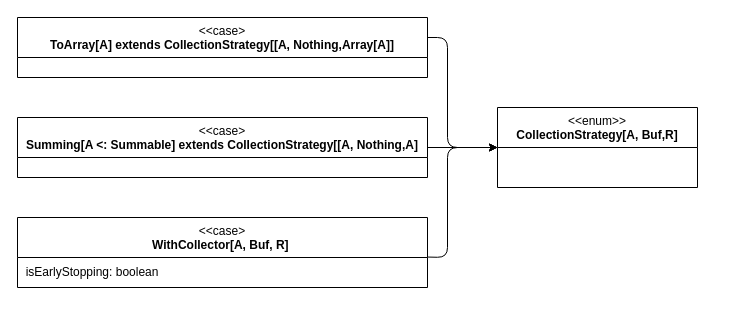
Earlier version of the draw.io diagram relazione/drawio/collectionStrategy.drawio (leorm2002/stream-fusion). Source tidied: cells renumbered, new cells numbered last; positions are measured from the earlier drawing's top-left corner, leaving out a move shared by most shapes. Both pictures are drawn from the tidied source at 100%, with x=0, y=0 at pixel (17, 17).
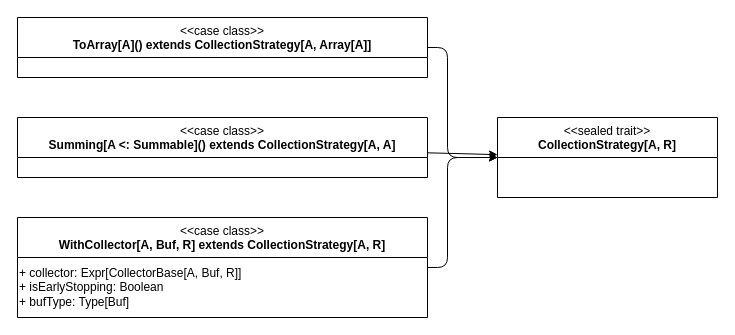
The same diagram, later.

What changed in the source:
```diff
@@
 <mxGraphModel>
   <root>
     <mxCell id="0" />
     <mxCell id="1" parent="0" />
-    <mxCell id="2" value="&amp;lt;&amp;lt;enum&amp;gt;&amp;gt;&lt;br&gt;&lt;b&gt;CollectionStrategy[A, Buf,R]&lt;/b&gt;" style="swimlane;fontStyle=0;align=center;verticalAlign=top;horizontal=1;startSize=40;html=1;whiteSpace=wrap;" parent="1" vertex="1">
-      <mxGeometry x="480" y="90" width="200" height="80" as="geometry" />
+    <mxCell id="2" value="&amp;lt;&amp;lt;sealed trait&amp;gt;&amp;gt;&lt;br&gt;&lt;b&gt;CollectionStrategy[A, R]&lt;/b&gt;" style="swimlane;fontStyle=0;align=center;verticalAlign=top;horizontal=1;startSize=40;html=1;whiteSpace=wrap;" parent="1" vertex="1">
+      <mxGeometry x="480" y="100" width="220" height="80" as="geometry" />
     </mxCell>
     <mxCell id="3" style="edgeStyle=none;html=1;" parent="1" edge="1">
       <mxGeometry relative="1" as="geometry">
-        <mxPoint x="410" y="20" as="sourcePoint" />
-        <mxPoint x="480" y="130" as="targetPoint" />
+        <mxPoint x="410" y="30" as="sourcePoint" />
+        <mxPoint x="480" y="140" as="targetPoint" />
         <Array as="points">
-          <mxPoint x="430" y="20" />
-          <mxPoint x="430" y="130" />
-          <mxPoint x="460" y="130" />
+          <mxPoint x="430" y="30" />
+          <mxPoint x="430" y="140" />
+          <mxPoint x="460" y="140" />
         </Array>
       </mxGeometry>
     </mxCell>
-    <mxCell id="4" value="&amp;lt;&amp;lt;case&amp;gt;&lt;br&gt;&lt;b&gt;ToArray[A] extends CollectionStrategy[[A, Nothing,Array[A]]&lt;/b&gt;" style="swimlane;fontStyle=0;align=center;verticalAlign=top;horizontal=1;startSize=40;html=1;whiteSpace=wrap;" parent="1" vertex="1">
+    <mxCell id="4" value="&amp;lt;&amp;lt;case class&amp;gt;&amp;gt;&lt;br&gt;&lt;b&gt;ToArray[A]() extends CollectionStrategy[A, Array[A]]&lt;/b&gt;" style="swimlane;fontStyle=0;align=center;verticalAlign=top;horizontal=1;startSize=40;html=1;whiteSpace=wrap;" parent="1" vertex="1">
       <mxGeometry width="410" height="60" as="geometry" />
     </mxCell>
     <mxCell id="5" style="edgeStyle=none;html=1;" parent="1" edge="1" source="6" target="2">
       <mxGeometry relative="1" as="geometry" />
     </mxCell>
-    <mxCell id="6" value="&amp;lt;&amp;lt;case&amp;gt;&lt;br&gt;&lt;b&gt;Summing[A &amp;lt;: Summable] extends CollectionStrategy[[A, Nothing,A]&lt;/b&gt;" style="swimlane;fontStyle=0;align=center;verticalAlign=top;horizontal=1;startSize=40;html=1;whiteSpace=wrap;" parent="1" vertex="1">
+    <mxCell id="6" value="&amp;lt;&amp;lt;case class&amp;gt;&amp;gt;&lt;br&gt;&lt;b&gt;Summing[A &amp;lt;: Summable]() extends CollectionStrategy[A, A]&lt;/b&gt;" style="swimlane;fontStyle=0;align=center;verticalAlign=top;horizontal=1;startSize=40;html=1;whiteSpace=wrap;" parent="1" vertex="1">
       <mxGeometry y="100" width="410" height="60" as="geometry" />
     </mxCell>
     <mxCell id="7" style="edgeStyle=none;html=1;entryX=0;entryY=0.5;entryDx=0;entryDy=0;" parent="1" edge="1" source="8" target="2">
       <mxGeometry relative="1" as="geometry">
         <Array as="points">
-          <mxPoint x="430" y="240" />
-          <mxPoint x="430" y="130" />
+          <mxPoint x="430" y="250" />
+          <mxPoint x="430" y="140" />
         </Array>
       </mxGeometry>
     </mxCell>
-    <mxCell id="8" value="&amp;lt;&amp;lt;case&amp;gt;&lt;br&gt;&lt;b&gt;WithCollector[A, Buf, R]&amp;nbsp;&lt;/b&gt;" style="swimlane;fontStyle=0;align=center;verticalAlign=top;horizontal=1;startSize=40;html=1;whiteSpace=wrap;" parent="1" vertex="1">
-      <mxGeometry y="200" width="410" height="70" as="geometry" />
+    <mxCell id="8" value="&amp;lt;&amp;lt;case class&amp;gt;&amp;gt;&lt;br&gt;&lt;b&gt;WithCollector[A, Buf, R] extends CollectionStrategy[A, R]&lt;/b&gt;" style="swimlane;fontStyle=0;align=center;verticalAlign=top;horizontal=1;startSize=40;html=1;whiteSpace=wrap;" parent="1" vertex="1">
+      <mxGeometry y="200" width="410" height="100" as="geometry" />
     </mxCell>
-    <mxCell id="9" value="&amp;nbsp; isEarlyStopping: boolean" style="text;html=1;align=left;verticalAlign=middle;strokeColor=none;fillColor=none;" parent="8" vertex="1">
-      <mxGeometry y="40" width="410" height="30" as="geometry" />
+    <mxCell id="9" value="+ collector: Expr[CollectorBase[A, Buf, R]]&#10;+ isEarlyStopping: Boolean&#10;+ bufType: Type[Buf]" style="text;html=1;align=left;verticalAlign=middle;strokeColor=none;fillColor=none;" parent="8" vertex="1">
+      <mxGeometry y="40" width="410" height="60" as="geometry" />
     </mxCell>
   </root>
 </mxGraphModel>
```
